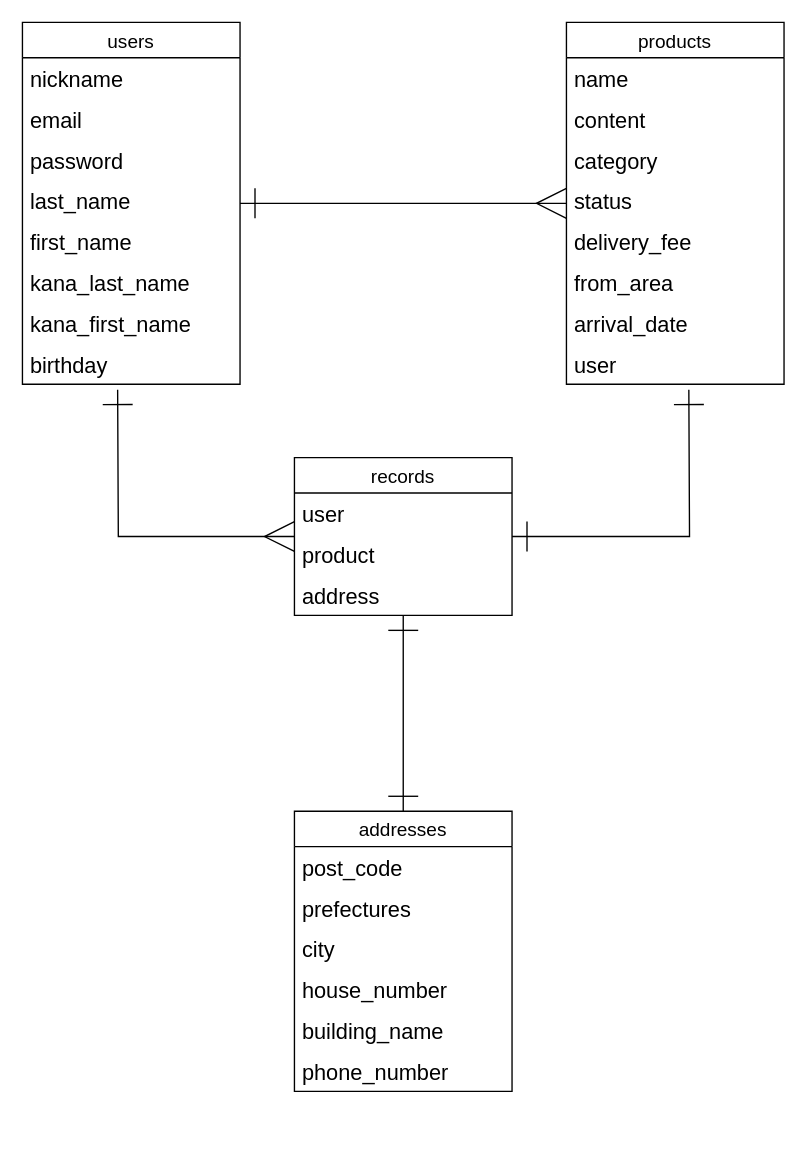
Above: fruima.dio in maxmyfriend/furima-35051 (draw.io), before the change. Source tidied: cells renumbered, new cells numbered last; positions are measured from the earlier drawing's top-left corner, leaving out a move shared by most shapes. Both pictures are drawn from the tidied source at 136%, with x=0, y=0 at pixel (22, 22).
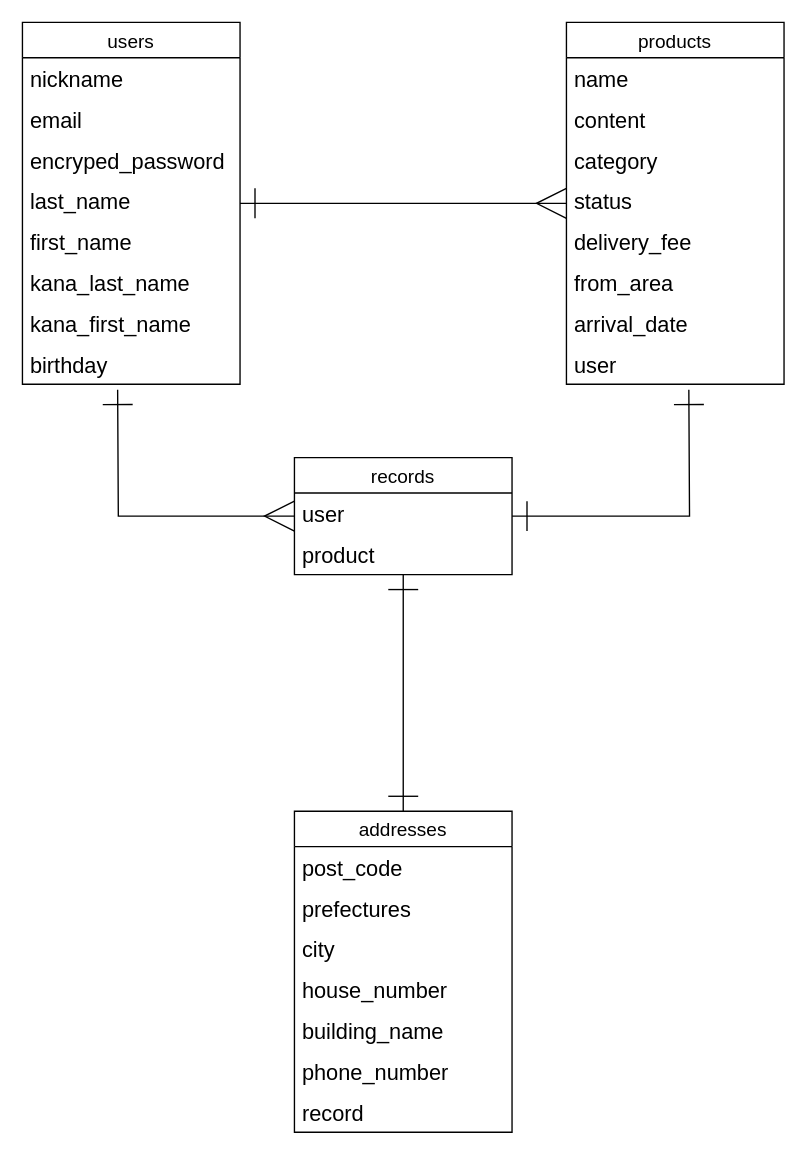
The same diagram, later.

Commit message (it also covers changes not shown here):
ER図、READMEの修正

Unchanged cells that the change refers to:
```xml
<mxCell id="3" value="users" style="swimlane;fontStyle=0;horizontal=1;startSize=26;align=center;fontSize=14;" parent="1" vertex="1">
  <mxGeometry width="160" height="266" as="geometry" />
</mxCell>
```

Diff of the diagram source:
```diff
@@
-    <mxCell id="6" value="password" style="text;strokeColor=none;fillColor=none;spacingLeft=4;spacingRight=4;overflow=hidden;fontSize=16;" parent="3" vertex="1">
+    <mxCell id="6" value="encryped_password" style="text;strokeColor=none;fillColor=none;spacingLeft=4;spacingRight=4;overflow=hidden;fontSize=16;" parent="3" vertex="1">
       <mxGeometry y="86" width="160" height="30" as="geometry" />
     </mxCell>
@@
     <mxCell id="24" value="records" style="swimlane;fontStyle=0;horizontal=1;startSize=26;align=center;fontSize=14;" parent="1" vertex="1">
-      <mxGeometry x="200" y="320" width="160" height="116" as="geometry" />
+      <mxGeometry x="200" y="320" width="160" height="86" as="geometry" />
     </mxCell>
@@
-    <mxCell id="27" value="address" style="text;strokeColor=none;fillColor=none;spacingLeft=4;spacingRight=4;overflow=hidden;fontSize=16;" parent="24" vertex="1">
-      <mxGeometry y="86" width="160" height="30" as="geometry" />
-    </mxCell>
     <mxCell id="28" value="addresses" style="swimlane;fontStyle=0;horizontal=1;startSize=26;align=center;fontSize=14;" parent="1" vertex="1">
-      <mxGeometry x="200" y="580" width="160" height="206" as="geometry" />
+      <mxGeometry x="200" y="580" width="160" height="236" as="geometry" />
     </mxCell>
@@
+    <mxCell id="35" value="record" style="text;strokeColor=none;fillColor=none;spacingLeft=4;spacingRight=4;overflow=hidden;fontSize=16;" parent="28" vertex="1">
+      <mxGeometry y="206" width="160" height="30" as="geometry" />
+    </mxCell>
```
